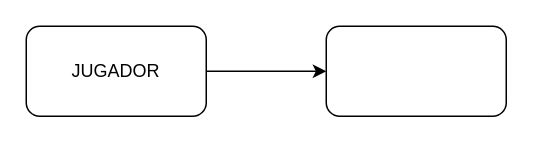
The draw.io diagram tp_1/Diagrama sin título.drawio in Yaliherrera02/Labo_de_datos_2doCuat_2024, before the edit. Source tidied: cells renumbered, new cells numbered last; positions are measured from the earlier drawing's top-left corner, leaving out a move shared by most shapes. Both pictures are drawn from the tidied source at 150%, with x=0, y=0 at pixel (26, 26).
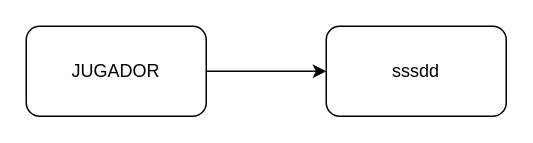
The same diagram, later.

Diff of the diagram source:
```diff
@@
 <mxGraphModel>
   <root>
     <mxCell id="0" />
     <mxCell id="1" parent="0" />
     <mxCell id="2" style="edgeStyle=orthogonalEdgeStyle;rounded=0;jettySize=auto;html=1;" parent="1" edge="1" source="3" target="4">
       <mxGeometry relative="1" as="geometry" />
     </mxCell>
     <mxCell id="3" value="JUGADOR" style="rounded=1;whiteSpace=wrap;html=1;" parent="1" vertex="1">
       <mxGeometry width="120" height="60" as="geometry" />
     </mxCell>
-    <mxCell id="4" style="rounded=1;whiteSpace=wrap;html=1;" parent="1" vertex="1">
+    <mxCell id="4" value="sssdd" style="rounded=1;whiteSpace=wrap;html=1;" parent="1" vertex="1">
       <mxGeometry x="200" width="120" height="60" as="geometry" />
     </mxCell>
   </root>
 </mxGraphModel>
```
